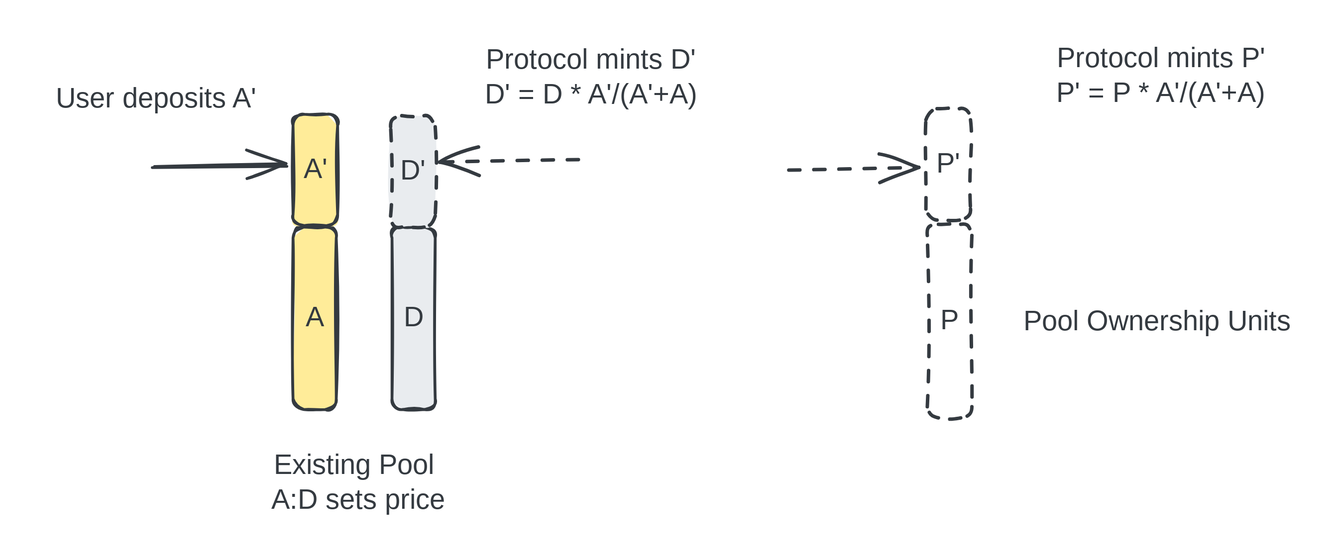
This is .gitbook/assets/file.excalidraw (3).svg from decaswap-labs/docs, a Excalidraw export, as it was before one commit. Source tidied: one line per element, renumbered; positions are measured from the earlier drawing's top-left corner, leaving out a move shared by most shapes.
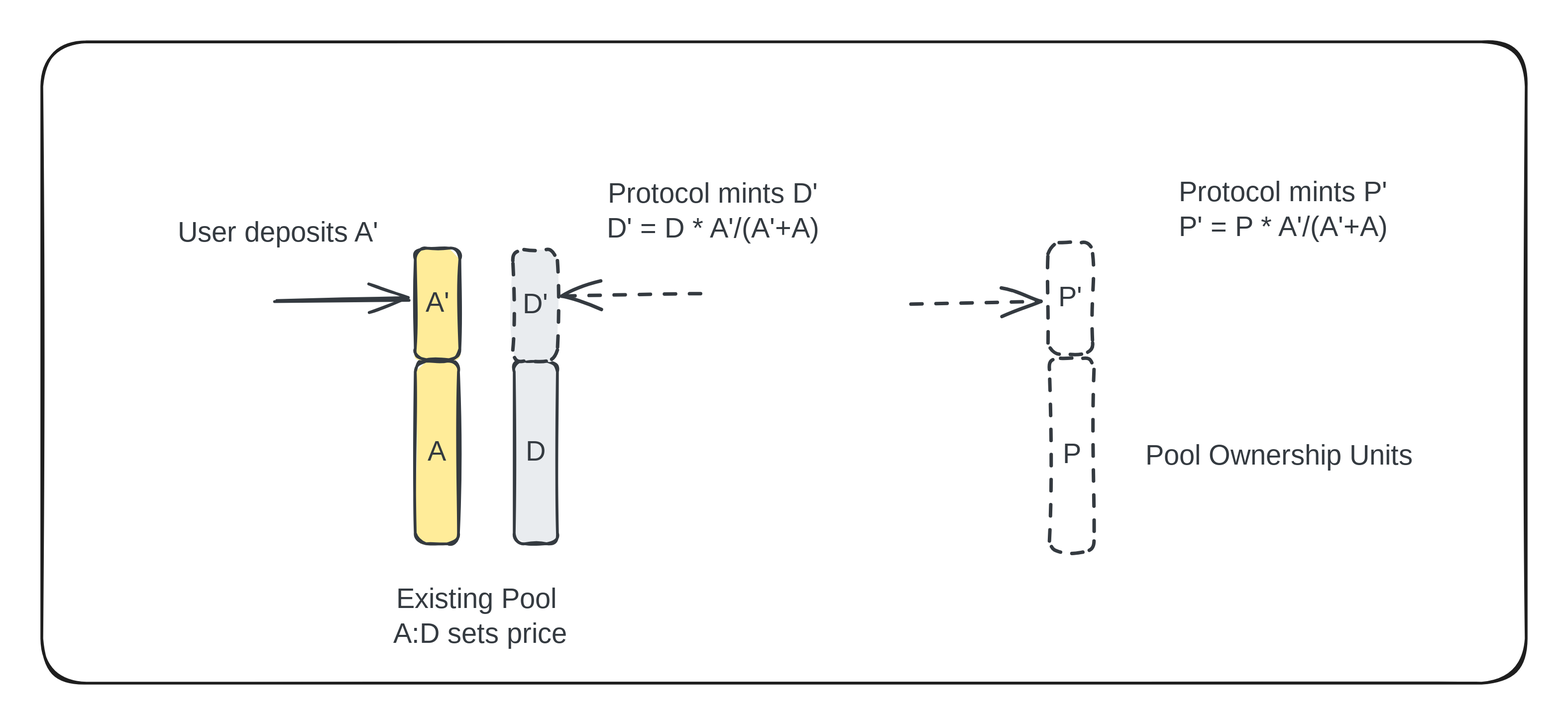
Above is the later version.

Commit message:
GITBOOK-19: No subject

Diff of the diagram source:
```diff
@@ -18,3 +18,4 @@
 {"id": 17, "type": "text", "text": "Protocol mints P'\nP' = P * A'/(A'+A)", "strokeColor": "#343a40", "backgroundColor": "#e9ecef", "fillStyle": "solid", "strokeWidth": 2, "strokeStyle": "dashed", "roughness": 1, "fontSize": 20, "fontFamily": 1, "textAlign": "center", "x": 712, "y": 0, "width": 182, "height": 50}
 {"id": 18, "type": "arrow", "strokeColor": "#343a40", "backgroundColor": "#e9ecef", "fillStyle": "solid", "strokeWidth": 2, "strokeStyle": "dashed", "roughness": 1, "endArrowhead": "arrow", "round": true, "to": 13, "x": 535, "y": 91, "width": 95, "height": 1, "points": [[0, 0], [95, -1]]}
 {"id": 19, "type": "text", "text": "Pool Ownership Units", "strokeColor": "#343a40", "backgroundColor": "#e9ecef", "fillStyle": "solid", "strokeWidth": 2, "strokeStyle": "dashed", "roughness": 1, "fontSize": 20, "fontFamily": 1, "textAlign": "center", "x": 699, "y": 189, "width": 201, "height": 25}
+{"id": 20, "type": "rectangle", "strokeColor": "#1e1e1e", "strokeWidth": 2, "roughness": 1, "round": true, "x": -88, "y": -96, "width": 1065, "height": 460}
```
